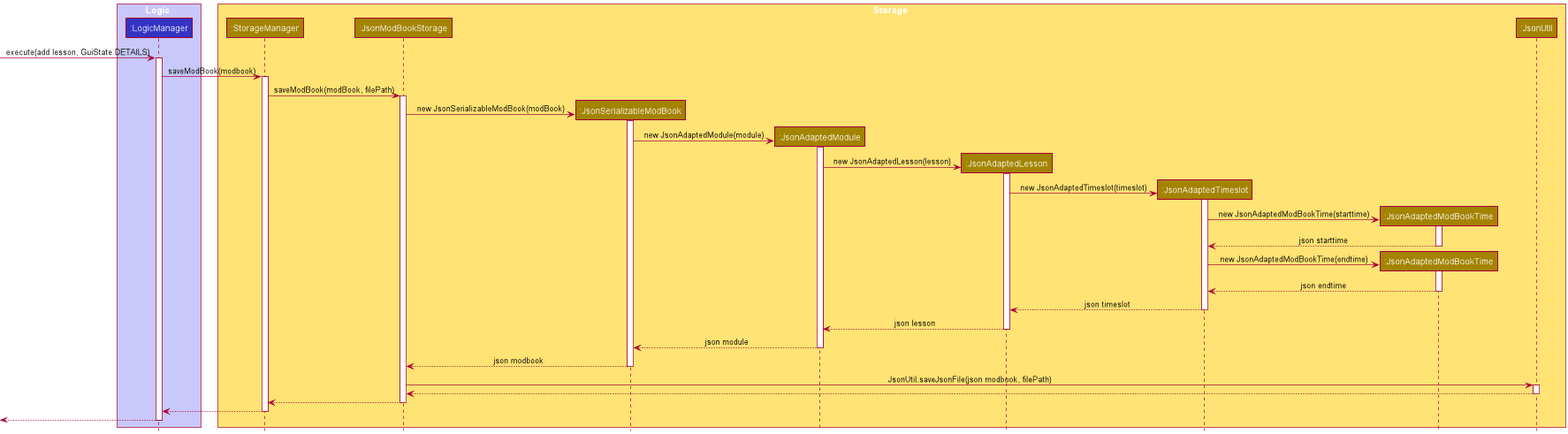
rohit0718/tp keeps this PlantUML diagram as docs/images/StorageSequenceDiagram.png. Above is the earlier version.
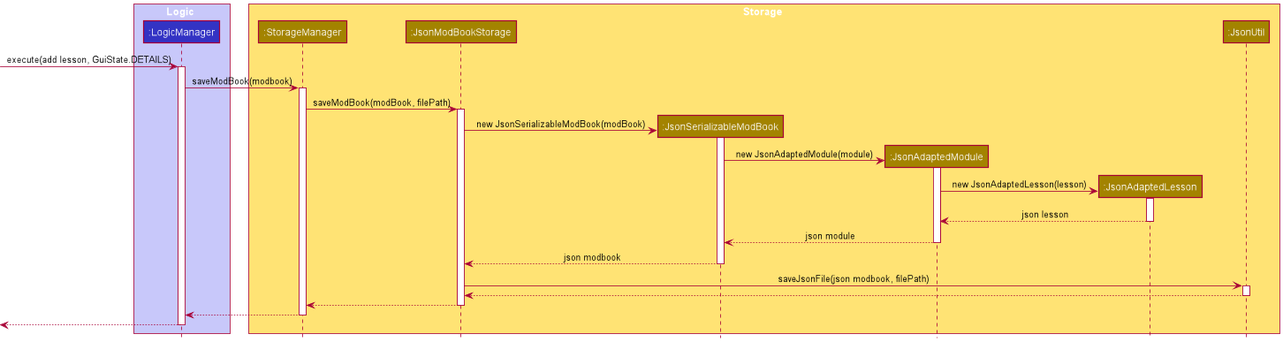
Later version of the same file.

Commit message:
Update PUML diagrams for Storage in DG

Diff of the diagram source:
```diff
@@ -11,8 +11,6 @@
 participant ":JsonSerializableModBook" as JsonSerializableModBook STORAGE_COLOR
 participant ":JsonAdaptedModule" as JsonAdaptedModule STORAGE_COLOR
 participant ":JsonAdaptedLesson" as JsonAdaptedLesson STORAGE_COLOR
-participant ":JsonAdaptedTimeslot" as JsonAdaptedTimeslot STORAGE_COLOR
-participant ":JsonAdaptedModBookTime" as JsonAdaptedModBookTime STORAGE_COLOR
 participant ":JsonUtil" as JsonUtil STORAGE_COLOR
 end box
 
@@ -37,27 +35,6 @@
 JsonAdaptedModule -> JsonAdaptedLesson : new JsonAdaptedLesson(lesson)
 activate JsonAdaptedLesson
 
-create JsonAdaptedTimeslot
-JsonAdaptedLesson -> JsonAdaptedTimeslot : new JsonAdaptedTimeslot(timeslot)
-activate JsonAdaptedTimeslot
-
-create JsonAdaptedModBookTime
-JsonAdaptedTimeslot -> JsonAdaptedModBookTime : new JsonAdaptedModBookTime(starttime)
-activate JsonAdaptedModBookTime
-
-JsonAdaptedModBookTime --> JsonAdaptedTimeslot : json starttime
-deactivate JsonAdaptedModBookTime
-
-create JsonAdaptedModBookTime
-JsonAdaptedTimeslot -> JsonAdaptedModBookTime : new JsonAdaptedModBookTime(endtime)
-activate JsonAdaptedModBookTime
-
-JsonAdaptedModBookTime --> JsonAdaptedTimeslot : json endtime
-deactivate JsonAdaptedModBookTime
-
-JsonAdaptedTimeslot --> JsonAdaptedLesson : json timeslot
-deactivate JsonAdaptedTimeslot
-
 JsonAdaptedLesson --> JsonAdaptedModule : json lesson
 deactivate JsonAdaptedLesson
 
@@ -67,7 +44,7 @@
 JsonSerializableModBook --> JsonModBookStorage : json modbook
 deactivate JsonSerializableModBook
 
-JsonModBookStorage -> JsonUtil : JsonUtil.saveJsonFile(json modbook, filePath)
+JsonModBookStorage -> JsonUtil : saveJsonFile(json modbook, filePath)
 activate JsonUtil
 
 JsonUtil --> JsonModBookStorage
```
